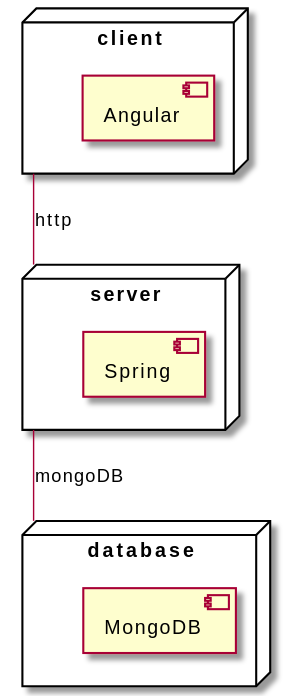
Above: docs/diagrams/out/design/deployView.svg in x-USantaTecla-project-ustUML/requirements (PlantUML), before the change.
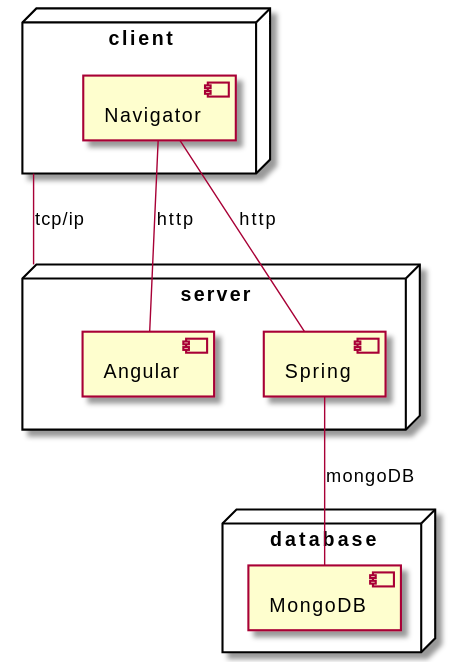
Above is the later version.

Diff of the diagram source:
```diff
@@ -1,9 +1,10 @@
 @startuml
 node client {
-    component Angular
+    component Navigator
 }
 
 node server {
+    component Angular
     component Spring
 }
 
@@ -11,6 +12,8 @@
     component MongoDB
 }
 
-client -down- server: http
-server -down- database: mongoDB
+client -down- server: tcp/ip
+Navigator -down- Spring: http
+Navigator -down- Angular: http
+Spring -down- MongoDB: mongoDB
 @enduml
```
